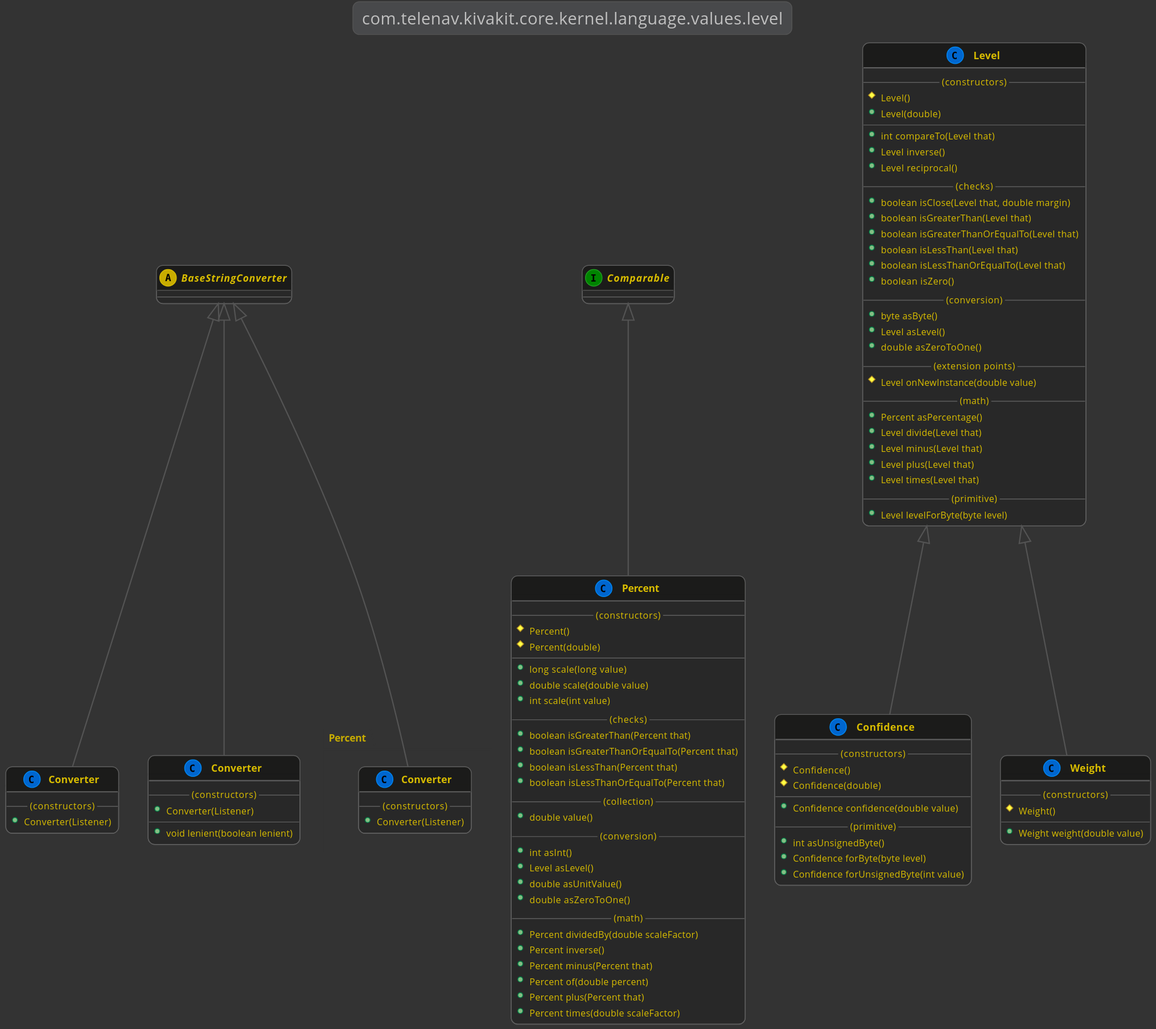
This is kivakit-core/kernel/documentation/diagrams/com.telenav.kivakit.core.kernel.language.values.level.svg from Telenav/kivakit, a PlantUML export, as it was before one commit. Source of this version:
```plantuml
@startuml

    !include ../lexakai/lexakai.theme

    title "com.telenav.kivakit.core.kernel.language.values.level"

    abstract BaseStringConverter

    interface Comparable

    Level <|-- Confidence
    class Confidence
    {
        --(constructors)--
        #Confidence()
        #Confidence(double)
        --
        +Confidence confidence(double value)
        --(primitive)--
        +int asUnsignedByte()
        +Confidence forByte(byte level)
        +Confidence forUnsignedByte(int value)
    }

    BaseStringConverter <|-- Confidence.Converter
    class Confidence.Converter
    {
        --(constructors)--
        +Converter(Listener)
    }

    BaseStringConverter <|-- Percent.Converter
    class Percent.Converter
    {
        --(constructors)--
        +Converter(Listener)
    }

    BaseStringConverter <|-- Level.Converter
    class Level.Converter
    {
        --(constructors)--
        +Converter(Listener)
        --
        +void lenient(boolean lenient)
    }

    class Level
    {
        --(constructors)--
        #Level()
        +Level(double)
        --
        +int compareTo(Level that)
        +Level inverse()
        +Level reciprocal()
        --(checks)--
        +boolean isClose(Level that, double margin)
        +boolean isGreaterThan(Level that)
        +boolean isGreaterThanOrEqualTo(Level that)
        +boolean isLessThan(Level that)
        +boolean isLessThanOrEqualTo(Level that)
        +boolean isZero()
        --(conversion)--
        +byte asByte()
        +Level asLevel()
        +double asZeroToOne()
        --(extension points)--
        #Level onNewInstance(double value)
        --(math)--
        +Percent asPercentage()
        +Level divide(Level that)
        +Level minus(Level that)
        +Level plus(Level that)
        +Level times(Level that)
        --(primitive)--
        +Level levelForByte(byte level)
    }

    Comparable <|-- Percent
    class Percent
    {
        --(constructors)--
        #Percent()
        #Percent(double)
        --
        +long scale(long value)
        +double scale(double value)
        +int scale(int value)
        --(checks)--
        +boolean isGreaterThan(Percent that)
        +boolean isGreaterThanOrEqualTo(Percent that)
        +boolean isLessThan(Percent that)
        +boolean isLessThanOrEqualTo(Percent that)
        --(collection)--
        +double value()
        --(conversion)--
        +int asInt()
        +Level asLevel()
        +double asUnitValue()
        +double asZeroToOne()
        --(math)--
        +Percent dividedBy(double scaleFactor)
        +Percent inverse()
        +Percent minus(Percent that)
        +Percent of(double percent)
        +Percent plus(Percent that)
        +Percent times(double scaleFactor)
    }

    Level <|-- Weight
    class Weight
    {
        --(constructors)--
        #Weight()
        --
        +Weight weight(double value)
    }

@enduml
```
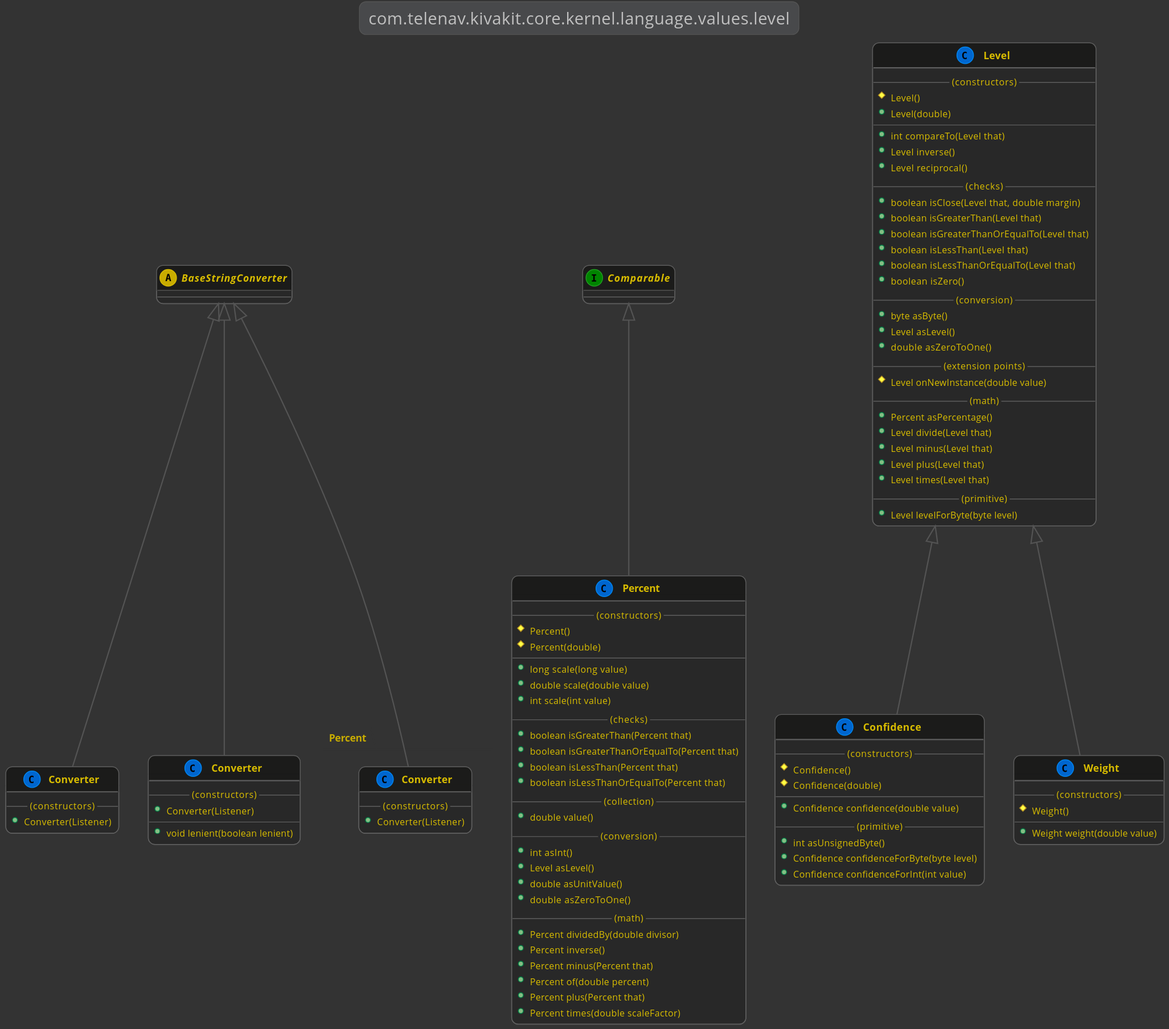
After the change.

The edit, as a diff of the source:
```diff
@@ -18,8 +18,8 @@
         +Confidence confidence(double value)
         --(primitive)--
         +int asUnsignedByte()
-        +Confidence forByte(byte level)
-        +Confidence forUnsignedByte(int value)
+        +Confidence confidenceForByte(byte level)
+        +Confidence confidenceForInt(int value)
     }
 
     BaseStringConverter <|-- Confidence.Converter
@@ -100,7 +100,7 @@
         +double asUnitValue()
         +double asZeroToOne()
         --(math)--
-        +Percent dividedBy(double scaleFactor)
+        +Percent dividedBy(double divisor)
         +Percent inverse()
         +Percent minus(Percent that)
         +Percent of(double percent)
```
